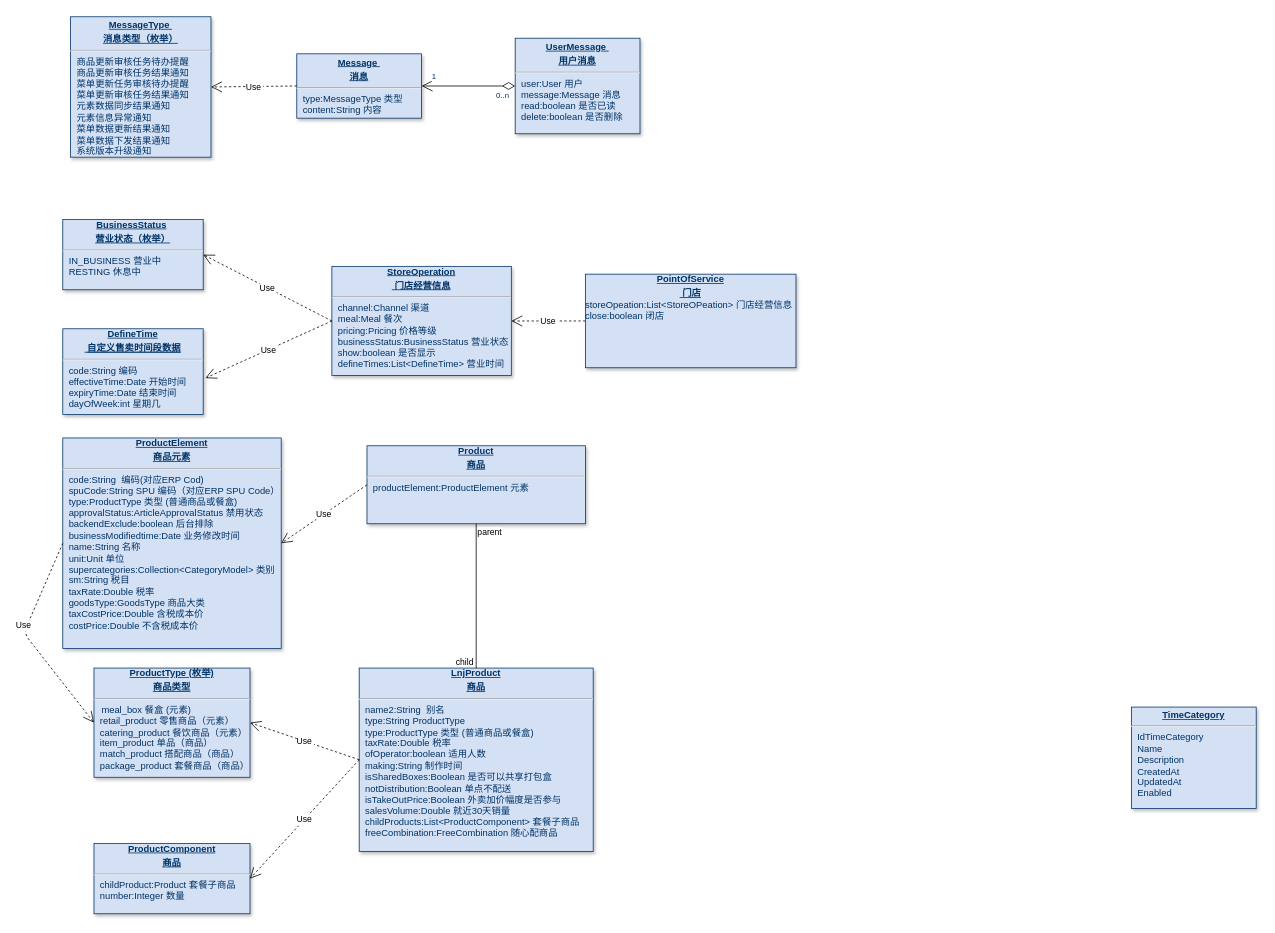
The draw.io diagram 老娘舅_DB.drawio in rockywade/draw, before the edit. Source tidied: cells renumbered, new cells numbered last; positions are measured from the earlier drawing's top-left corner, leaving out a move shared by most shapes. Both pictures are drawn from the tidied source at 78%, with x=0, y=0 at pixel (23, 16).
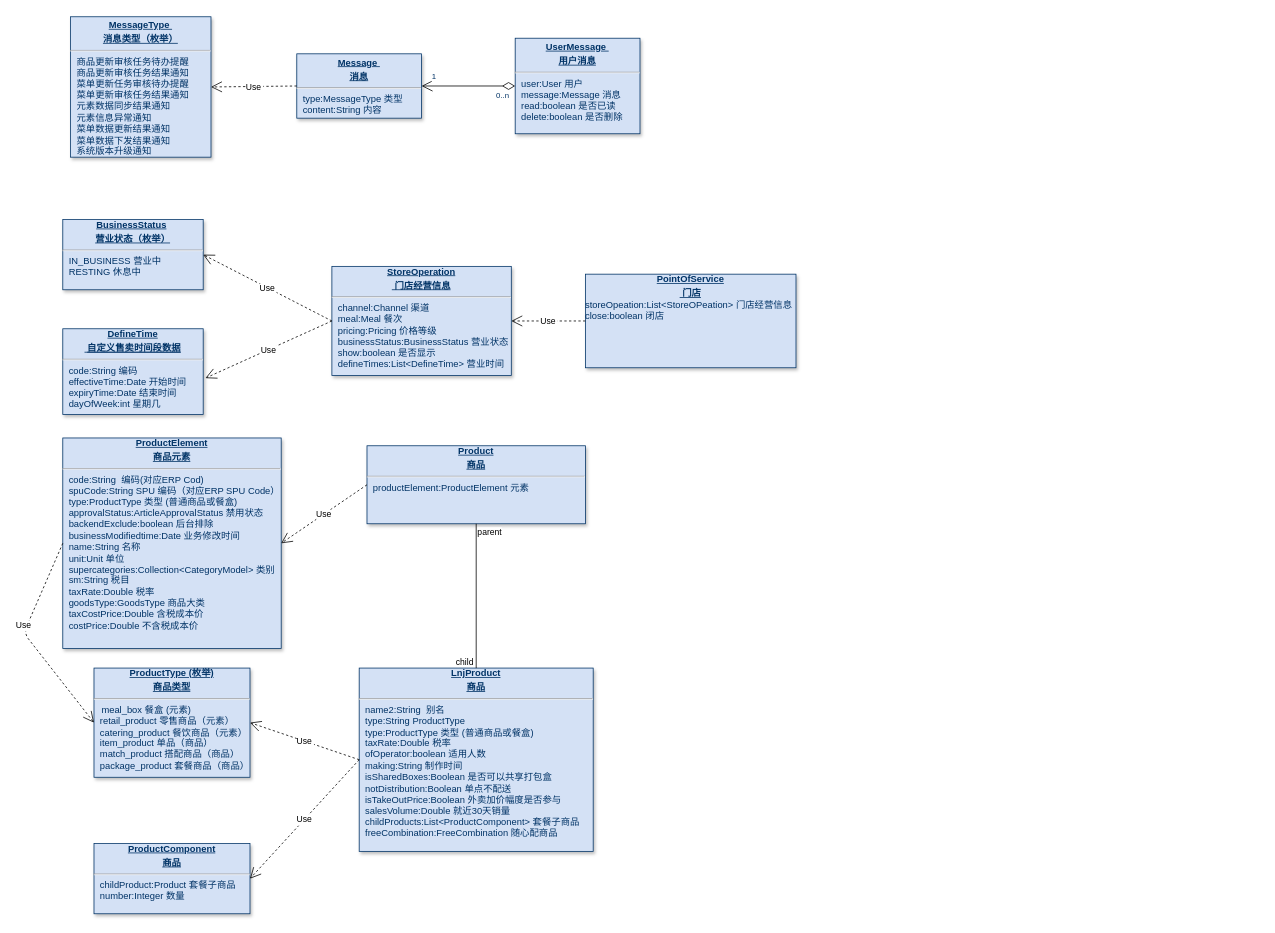
The same diagram, later.

Diff of the diagram source:
```diff
@@
-    <mxCell id="2" value="&lt;p style=&quot;margin: 0px; margin-top: 4px; text-align: center; text-decoration: underline;&quot;&gt;&lt;strong&gt;TimeCategory&lt;/strong&gt;&lt;/p&gt;&lt;hr /&gt;&lt;p style=&quot;margin: 0px; margin-left: 8px;&quot;&gt;IdTimeCategory&lt;/p&gt;&lt;p style=&quot;margin: 0px; margin-left: 8px;&quot;&gt;Name&lt;/p&gt;&lt;p style=&quot;margin: 0px; margin-left: 8px;&quot;&gt;Description&lt;/p&gt;&lt;p style=&quot;margin: 0px; margin-left: 8px;&quot;&gt;CreatedAt&lt;/p&gt;&lt;p style=&quot;margin: 0px; margin-left: 8px;&quot;&gt;UpdatedAt&lt;/p&gt;&lt;p style=&quot;margin: 0px; margin-left: 8px;&quot;&gt;Enabled&lt;/p&gt;" style="verticalAlign=top;align=left;overflow=fill;fontSize=12;fontFamily=Helvetica;html=1;strokeColor=#003366;shadow=1;fillColor=#D4E1F5;fontColor=#003366;" parent="1" vertex="1">
-      <mxGeometry x="1420" y="885" width="160" height="130" as="geometry" />
-    </mxCell>
```
